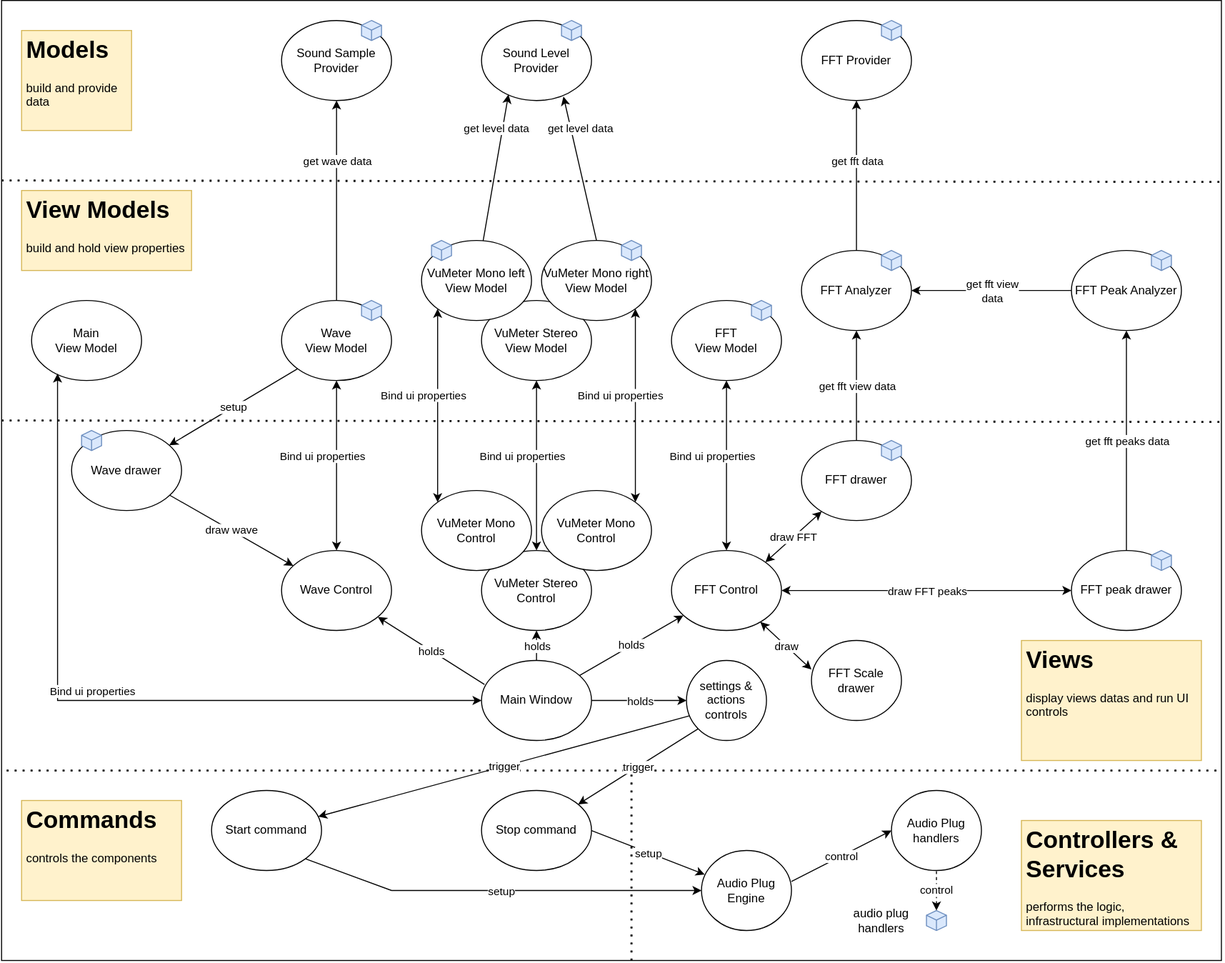
Before: Doc/components1.drawio.svg, a diagram exported from draw.io (franck-gaspoz/WindowsAudioSessionSample). Source tidied: cells renumbered, new cells last; positions are measured from the earlier drawing's top-left corner, leaving out a move shared by most shapes.
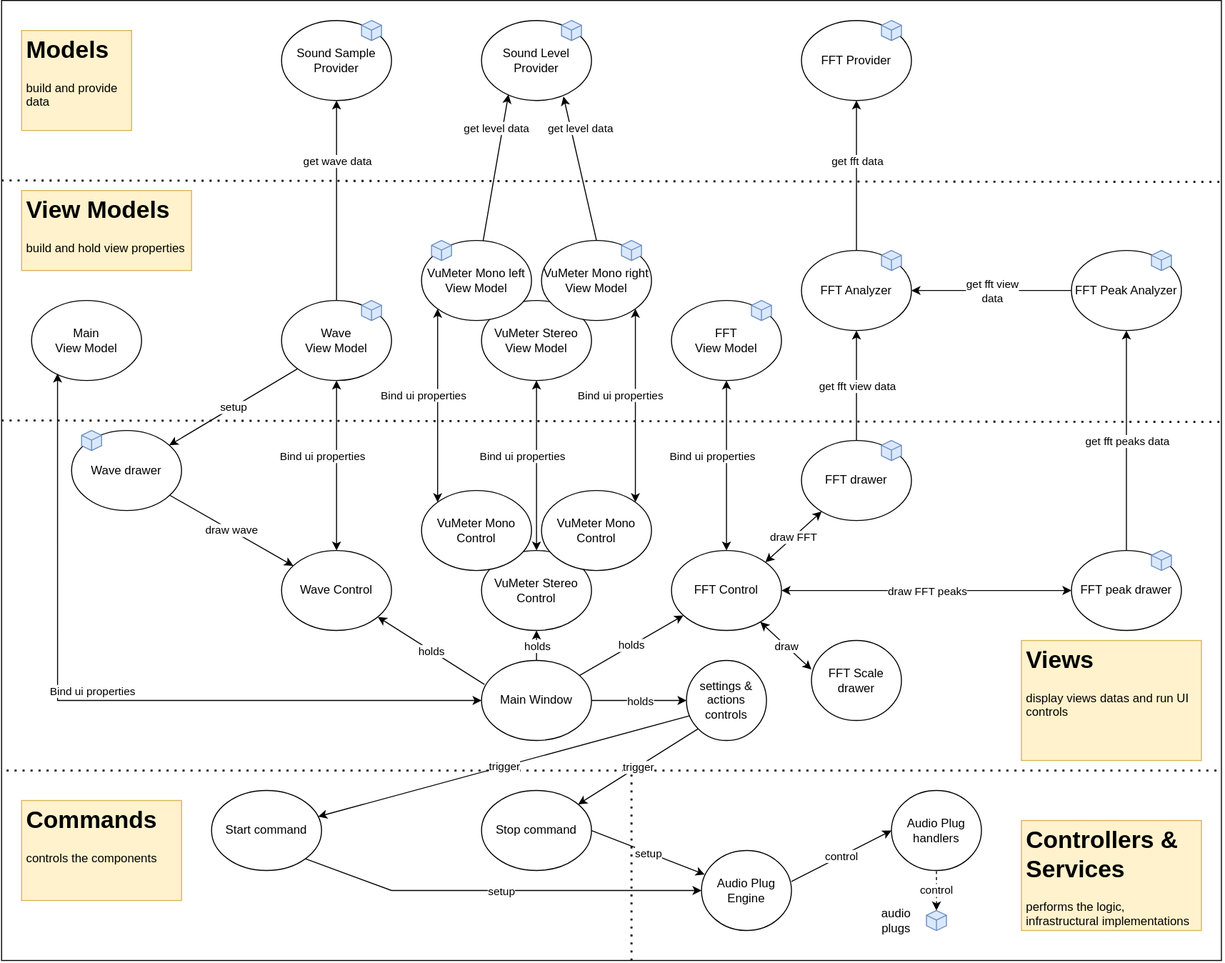
Later version of the same file.

What changed in the source:
```diff
@@ -333,8 +333,8 @@
     <mxCell id="99" value="holds" style="edgeLabel;html=1;align=center;verticalAlign=middle;" parent="98" vertex="1">
       <mxGeometry relative="1" as="geometry" />
     </mxCell>
-    <mxCell id="100" value="audio plug handlers" style="text;html=1;strokeColor=none;fillColor=none;align=center;verticalAlign=middle;whiteSpace=wrap;rounded=0;" parent="1" vertex="1">
-      <mxGeometry x="850" y="900" width="60" height="40" as="geometry" />
+    <mxCell id="100" value="audio plugs" style="text;html=1;strokeColor=none;fillColor=none;align=center;verticalAlign=middle;whiteSpace=wrap;rounded=0;" parent="1" vertex="1">
+      <mxGeometry x="865" y="900" width="60" height="40" as="geometry" />
     </mxCell>
     <mxCell id="101" style="whiteSpace=wrap;html=1;shape=mxgraph.basic.isocube;isoAngle=15;fillColor=#dae8fc;strokeColor=#6c8ebf;" parent="1" vertex="1">
       <mxGeometry x="880" y="440" width="20" height="20" as="geometry" />
```
